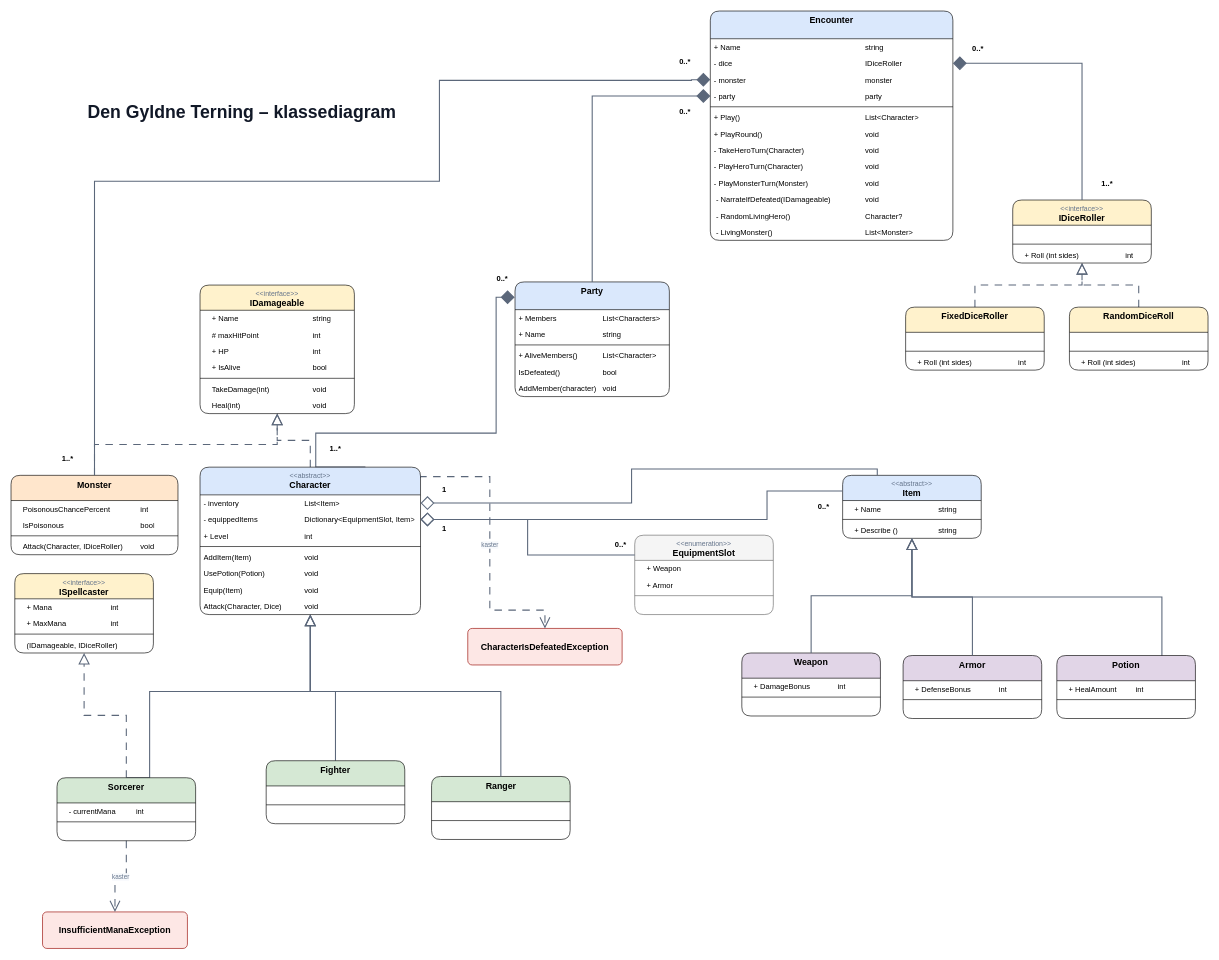
The draw.io diagram docs/Den_Gyldne_Terning_klassediagram_oversigt.drawio in solvsteen/Eventyrerlauget, before the edit. Source tidied: cells renumbered, new cells numbered last; positions are measured from the earlier drawing's top-left corner, leaving out a move shared by most shapes. Both pictures are drawn from the tidied source at 63%, with x=0, y=0 at pixel (11, 11).
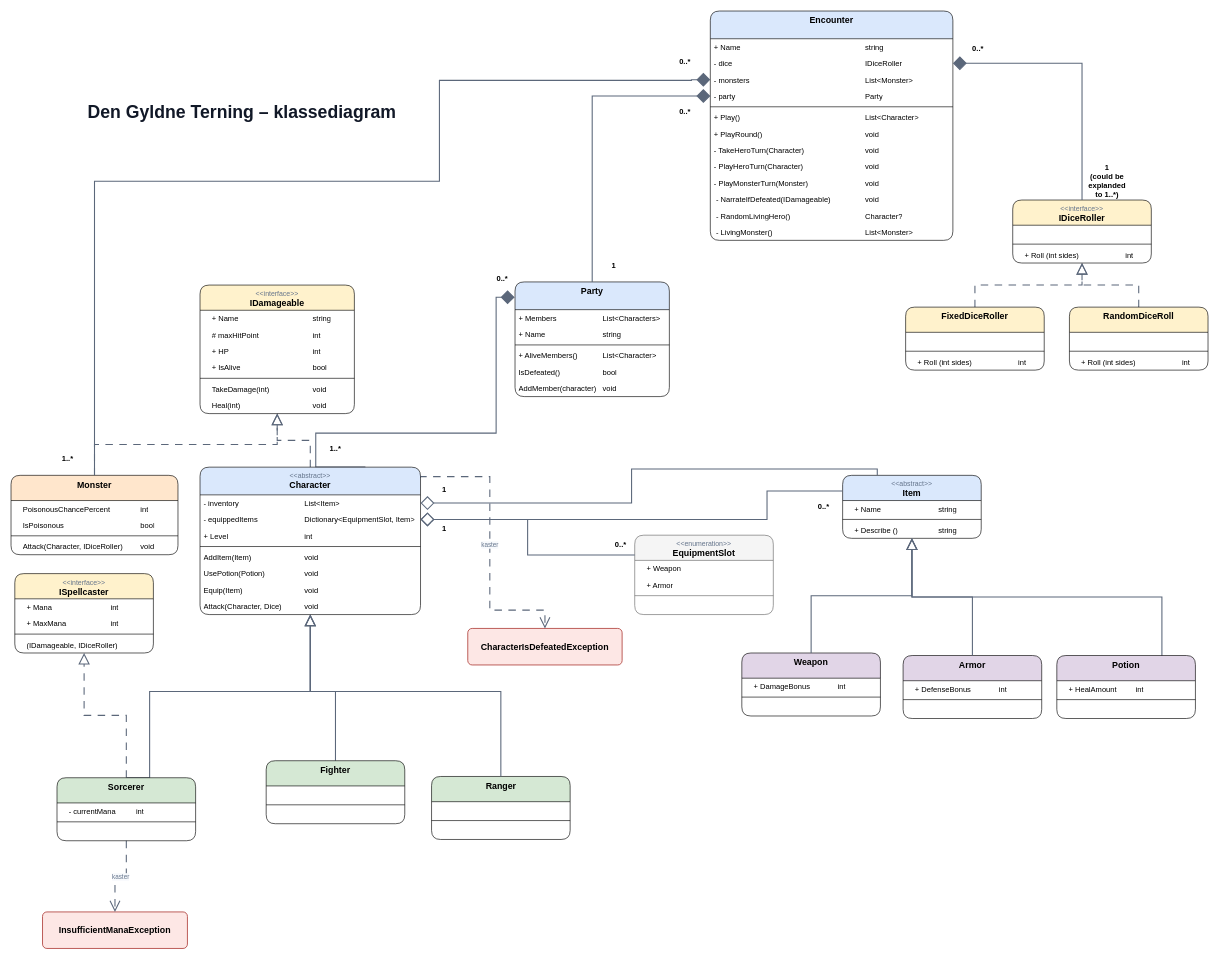
The same diagram, later.

Unchanged cells that the change refers to:
```xml
<mxCell id="86" value="&lt;b style=&quot;font-family: Arial; font-size: 14px;&quot;&gt;Encounter&lt;/b&gt;" style="swimlane;fontStyle=1;align=center;verticalAlign=top;horizontal=1;startSize=44;whiteSpace=wrap;html=1;rounded=1;fillColor=#dae8fc;strokeColor=#000000;arcSize=11;" parent="1" vertex="1">
  <mxGeometry x="1110" width="385" height="364" as="geometry" />
</mxCell>
```

What changed in the source:
```diff
@@
-    <mxCell id="89" value="- monster&lt;span style=&quot;white-space: pre;&quot;&gt;&#9;&lt;/span&gt;&lt;span style=&quot;white-space: pre;&quot;&gt;&#9;&lt;/span&gt;&lt;span style=&quot;white-space: pre;&quot;&gt;&#9;&lt;span style=&quot;white-space: pre;&quot;&gt;&#9;&lt;span style=&quot;white-space: pre;&quot;&gt;&#9;&lt;/span&gt;&lt;span style=&quot;white-space: pre;&quot;&gt;&#9;&lt;/span&gt;&lt;/span&gt;&lt;span style=&quot;white-space: pre;&quot;&gt;&#9;&lt;/span&gt;&lt;span style=&quot;white-space: pre;&quot;&gt;&#9;&lt;/span&gt;m&lt;/span&gt;onster" style="text;strokeColor=none;fillColor=none;align=left;verticalAlign=top;spacingLeft=4;spacingRight=4;overflow=hidden;points=[[0,0.5],[1,0.5]];portConstraint=eastwest;whiteSpace=wrap;html=1;" parent="86" vertex="1">
+    <mxCell id="89" value="- monsters&lt;span style=&quot;white-space: pre;&quot;&gt;&#9;&lt;/span&gt;&lt;span style=&quot;white-space: pre;&quot;&gt;&#9;&lt;span style=&quot;white-space: pre;&quot;&gt;&#9;&lt;span style=&quot;white-space: pre;&quot;&gt;&#9;&lt;/span&gt;&lt;span style=&quot;white-space: pre;&quot;&gt;&#9;&lt;/span&gt;&lt;/span&gt;&lt;span style=&quot;white-space: pre;&quot;&gt;&#9;&lt;/span&gt;&lt;span style=&quot;white-space: pre;&quot;&gt;&#9;&lt;/span&gt;List&amp;lt;&lt;/span&gt;Monster&amp;gt;" style="text;strokeColor=none;fillColor=none;align=left;verticalAlign=top;spacingLeft=4;spacingRight=4;overflow=hidden;points=[[0,0.5],[1,0.5]];portConstraint=eastwest;whiteSpace=wrap;html=1;" parent="86" vertex="1">
       <mxGeometry y="96" width="385" height="26" as="geometry" />
     </mxCell>
-    <mxCell id="90" value="- party&lt;span style=&quot;white-space: pre;&quot;&gt;&#9;&lt;/span&gt;&lt;span style=&quot;white-space: pre;&quot;&gt;&#9;&lt;/span&gt;&lt;span style=&quot;white-space: pre;&quot;&gt;&#9;&lt;span style=&quot;white-space: pre;&quot;&gt;&#9;&lt;/span&gt;&lt;span style=&quot;white-space: pre;&quot;&gt;&#9;&lt;/span&gt;&lt;span style=&quot;white-space: pre;&quot;&gt;&#9;&lt;/span&gt;&lt;span style=&quot;white-space: pre;&quot;&gt;&#9;&lt;/span&gt;&lt;span style=&quot;white-space: pre;&quot;&gt;&#9;&lt;/span&gt;p&lt;/span&gt;arty" style="text;strokeColor=none;fillColor=none;align=left;verticalAlign=top;spacingLeft=4;spacingRight=4;overflow=hidden;points=[[0,0.5],[1,0.5]];portConstraint=eastwest;whiteSpace=wrap;html=1;" parent="86" vertex="1">
+    <mxCell id="90" value="- party&lt;span style=&quot;white-space: pre;&quot;&gt;&#9;&lt;/span&gt;&lt;span style=&quot;white-space: pre;&quot;&gt;&#9;&lt;/span&gt;&lt;span style=&quot;white-space: pre;&quot;&gt;&#9;&lt;span style=&quot;white-space: pre;&quot;&gt;&#9;&lt;/span&gt;&lt;span style=&quot;white-space: pre;&quot;&gt;&#9;&lt;/span&gt;&lt;span style=&quot;white-space: pre;&quot;&gt;&#9;&lt;/span&gt;&lt;span style=&quot;white-space: pre;&quot;&gt;&#9;&lt;/span&gt;&lt;span style=&quot;white-space: pre;&quot;&gt;&#9;&lt;/span&gt;P&lt;/span&gt;arty" style="text;strokeColor=none;fillColor=none;align=left;verticalAlign=top;spacingLeft=4;spacingRight=4;overflow=hidden;points=[[0,0.5],[1,0.5]];portConstraint=eastwest;whiteSpace=wrap;html=1;" parent="86" vertex="1">
       <mxGeometry y="122" width="385" height="26" as="geometry" />
     </mxCell>
@@
-    <mxCell id="124" value="1..*" style="text;html=1;whiteSpace=wrap;strokeColor=none;fillColor=none;align=center;verticalAlign=middle;rounded=0;fontStyle=1;" parent="1" vertex="1">
-      <mxGeometry x="1710" y="260" width="60" height="30" as="geometry" />
+    <mxCell id="124" value="1&lt;div&gt;(could be explanded to 1..*)&lt;/div&gt;" style="text;html=1;whiteSpace=wrap;strokeColor=none;fillColor=none;align=center;verticalAlign=middle;rounded=0;fontStyle=1;" parent="1" vertex="1">
+      <mxGeometry x="1710" y="255" width="60" height="30" as="geometry" />
     </mxCell>
@@
+    <mxCell id="130" value="1" style="text;html=1;whiteSpace=wrap;strokeColor=none;fillColor=none;align=center;verticalAlign=middle;rounded=0;fontStyle=1;" parent="1" vertex="1">
+      <mxGeometry x="927" y="390" width="60" height="30" as="geometry" />
+    </mxCell>
```
